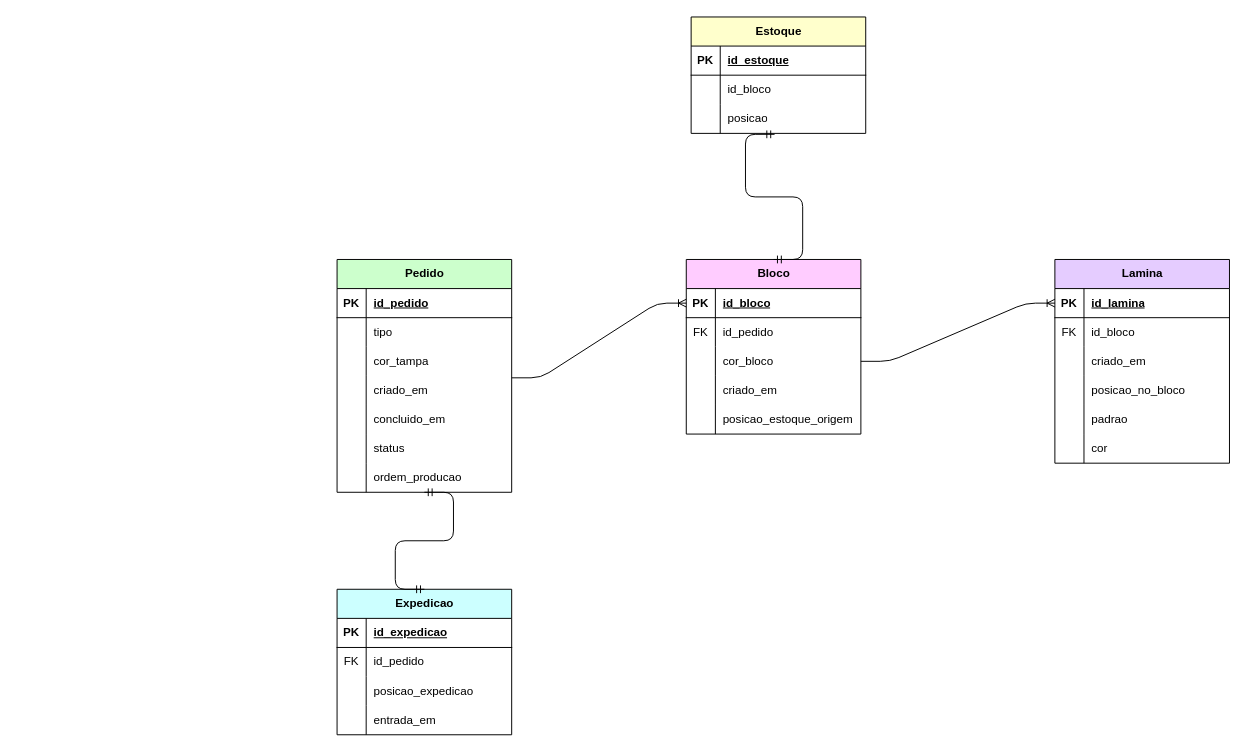
The draw.io diagram smart/src/main/resources/static/MER.drawio in braianhoeltgebaum-senai/SA-tecdes-1, before the edit. Source tidied: cells renumbered, new cells numbered last; positions are measured from the earlier drawing's top-left corner, leaving out a move shared by most shapes. Both pictures are drawn from the tidied source at 97%, with x=0, y=0 at pixel (337, 16).
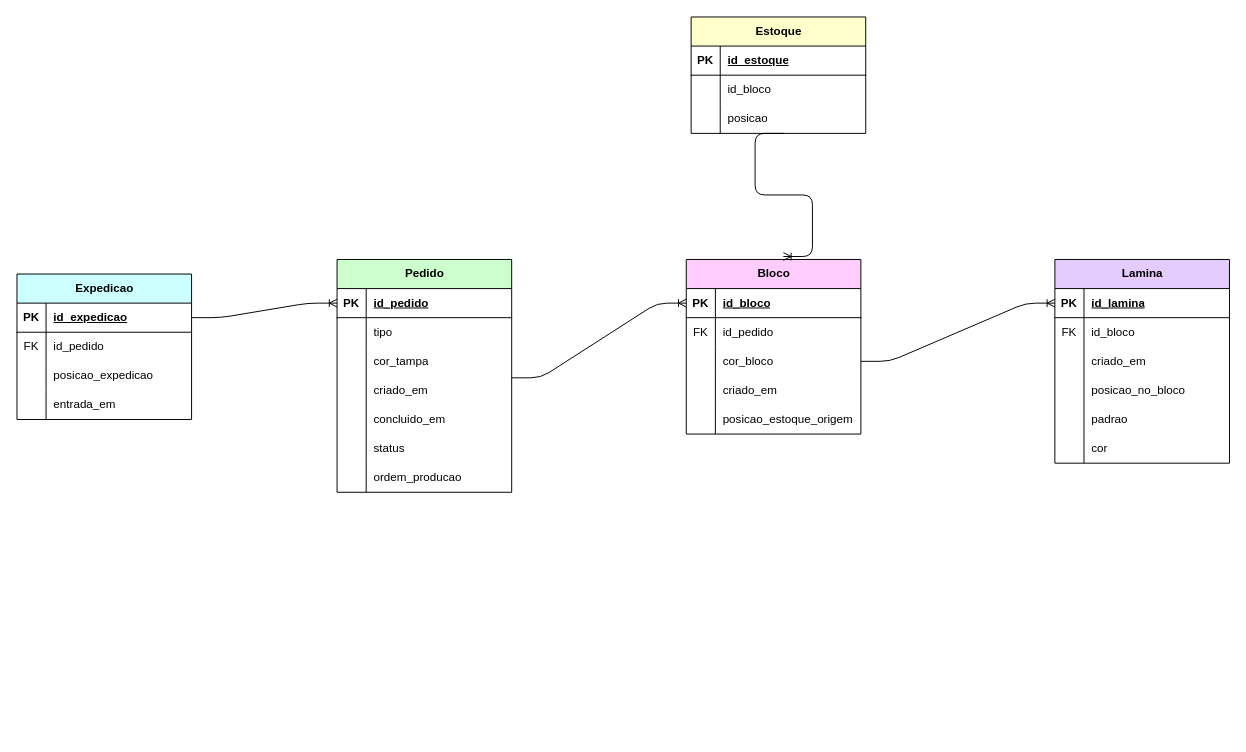
After the change.

The change refers to these unchanged cells:
```xml
<mxCell id="2" value="Bloco" style="shape=table;startSize=30;childLayout=tableLayout;rowLines=0;fontStyle=1;align=center;html=1;fillColor=#FFCCFF;" parent="1" vertex="1">
  <mxGeometry x="360" y="250" width="180" height="180" as="geometry" />
</mxCell>
<mxCell id="19" style="shape=tableRow;horizontal=0;startSize=0;swimlaneHead=0;swimlaneBody=0;fillColor=none;points=[[0,0.5],[1,0.5]];portConstraint=eastwest;top=0;left=0;right=0;bottom=1;" parent="18" vertex="1">
  <mxGeometry y="30" width="180" height="30" as="geometry" />
</mxCell>
<mxCell id="38" style="shape=tableRow;horizontal=0;startSize=0;swimlaneHead=0;swimlaneBody=0;fillColor=none;points=[[0,0.5],[1,0.5]];portConstraint=eastwest;top=0;left=0;right=0;bottom=0;" parent="31" vertex="1">
  <mxGeometry y="90" width="180" height="30" as="geometry" />
</mxCell>
<mxCell id="61" style="shape=tableRow;horizontal=0;startSize=0;swimlaneHead=0;swimlaneBody=0;fillColor=none;points=[[0,0.5],[1,0.5]];portConstraint=eastwest;top=0;left=0;right=0;bottom=1;" parent="60" vertex="1">
  <mxGeometry y="30" width="180" height="30" as="geometry" />
</mxCell>
<mxCell id="79" style="shape=tableRow;horizontal=0;startSize=0;swimlaneHead=0;swimlaneBody=0;fillColor=none;points=[[0,0.5],[1,0.5]];portConstraint=eastwest;top=0;left=0;right=0;bottom=0;" parent="60" vertex="1">
  <mxGeometry y="210" width="180" height="30" as="geometry" />
</mxCell>
```

Change to the diagram source:
```diff
@@
     <mxCell id="18" value="Expedicao" style="shape=table;startSize=30;childLayout=tableLayout;rowLines=0;fontStyle=1;align=center;html=1;fillColor=#CCFFFF;" parent="1" vertex="1">
-      <mxGeometry y="590" width="180" height="150" as="geometry" />
+      <mxGeometry x="-330" y="265" width="180" height="150" as="geometry" />
     </mxCell>
@@
-    <mxCell id="84" style="edgeStyle=entityRelationEdgeStyle;fontSize=12;html=1;endArrow=ERmandOne;startArrow=ERmandOne;entryX=0.478;entryY=1.033;entryDx=0;entryDy=0;entryPerimeter=0;exitX=0.5;exitY=0;exitDx=0;exitDy=0;" parent="1" edge="1" source="2" target="38">
-      <mxGeometry relative="1" as="geometry" />
-    </mxCell>
-    <mxCell id="85" style="edgeStyle=entityRelationEdgeStyle;fontSize=12;html=1;endArrow=ERmandOne;startArrow=ERmandOne;entryX=0.5;entryY=0;entryDx=0;entryDy=0;exitX=0.5;exitY=1;exitDx=0;exitDy=0;exitPerimeter=0;" parent="1" edge="1" source="79" target="18">
-      <mxGeometry relative="1" as="geometry" />
-    </mxCell>
+    <mxCell id="86" style="edgeStyle=entityRelationEdgeStyle;fontSize=12;html=1;endArrow=ERoneToMany;exitX=1;exitY=0.5;exitDx=0;exitDy=0;entryX=0;entryY=0.5;entryDx=0;entryDy=0;" parent="1" edge="1" source="19" target="61">
+      <mxGeometry relative="1" as="geometry" />
+    </mxCell>
+    <mxCell id="87" style="edgeStyle=entityRelationEdgeStyle;fontSize=12;html=1;endArrow=ERoneToMany;entryX=0.556;entryY=-0.017;entryDx=0;entryDy=0;entryPerimeter=0;exitX=0.533;exitY=1;exitDx=0;exitDy=0;exitPerimeter=0;" parent="1" edge="1" source="38" target="2">
+      <mxGeometry relative="1" as="geometry" />
+    </mxCell>
```
